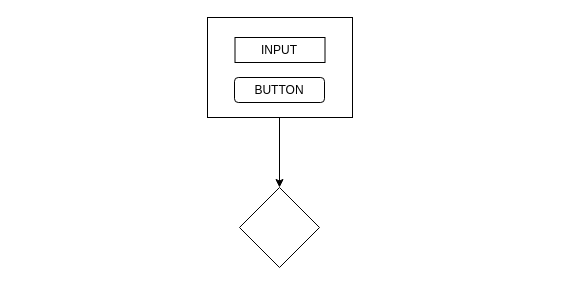
The draw.io diagram 12_dom_manipulation/139/Untitled Diagram.drawio in labanino/complete-web-dev-zm, before the edit. Source tidied: cells renumbered, new cells numbered last; positions are measured from the earlier drawing's top-left corner, leaving out a move shared by most shapes. Both pictures are drawn from the tidied source at 100%, with x=0, y=0 at pixel (207, 17).
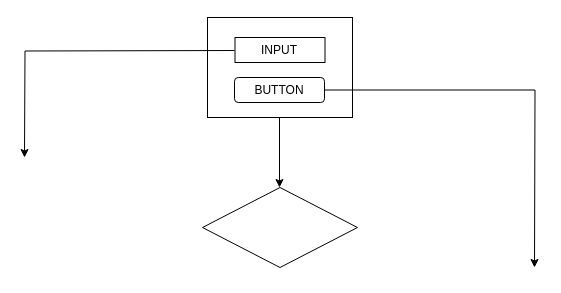
The same page after the edit.

Change to the diagram source:
```diff
@@
 <mxGraphModel>
   <root>
     <mxCell id="0" />
     <mxCell id="1" parent="0" />
     <mxCell id="2" style="rhombus;whiteSpace=wrap;html=1;" parent="1" vertex="1">
-      <mxGeometry x="32" y="170" width="80" height="80" as="geometry" />
+      <mxGeometry x="-5" y="170" width="155" height="80" as="geometry" />
     </mxCell>
     <mxCell id="3" style="endArrow=classic;html=1;rounded=0;" parent="1" edge="1">
       <mxGeometry relative="1" as="geometry">
         <mxPoint x="72" y="100" as="sourcePoint" />
         <mxPoint x="72" y="170" as="targetPoint" />
       </mxGeometry>
     </mxCell>
     <mxCell id="4" style="rounded=0;whiteSpace=wrap;html=1;" parent="1" vertex="1">
       <mxGeometry width="145" height="100" as="geometry" />
     </mxCell>
+    <mxCell id="9" style="edgeStyle=orthogonalEdgeStyle;rounded=0;jettySize=auto;html=1;exitX=1;exitY=0.5;exitDx=0;exitDy=0;" parent="1" edge="1" source="5">
+      <mxGeometry relative="1" as="geometry">
+        <mxPoint x="327" y="250" as="targetPoint" />
+      </mxGeometry>
+    </mxCell>
     <mxCell id="5" style="rounded=1;whiteSpace=wrap;html=1;" parent="1" vertex="1">
       <mxGeometry x="27" y="60" width="90" height="25" as="geometry" />
     </mxCell>
     <mxCell id="6" style="rounded=0;whiteSpace=wrap;html=1;" parent="1" vertex="1">
       <mxGeometry x="27.5" y="20" width="90" height="25" as="geometry" />
     </mxCell>
+    <mxCell id="10" style="edgeStyle=orthogonalEdgeStyle;rounded=0;orthogonalLoop=1;jettySize=auto;html=1;" parent="1" edge="1">
+      <mxGeometry relative="1" as="geometry">
+        <mxPoint x="27" y="33" as="sourcePoint" />
+        <mxPoint x="-183" y="140" as="targetPoint" />
+      </mxGeometry>
+    </mxCell>
     <mxCell id="7" value="INPUT" style="text;html=1;strokeColor=none;fillColor=none;align=center;verticalAlign=middle;whiteSpace=wrap;rounded=0;" parent="1" vertex="1">
       <mxGeometry x="47" y="22.5" width="50" height="20" as="geometry" />
     </mxCell>
     <mxCell id="8" value="BUTTON" style="text;html=1;strokeColor=none;fillColor=none;align=center;verticalAlign=middle;whiteSpace=wrap;rounded=0;" parent="1" vertex="1">
       <mxGeometry x="42" y="62.5" width="60" height="20" as="geometry" />
     </mxCell>
   </root>
 </mxGraphModel>
```
